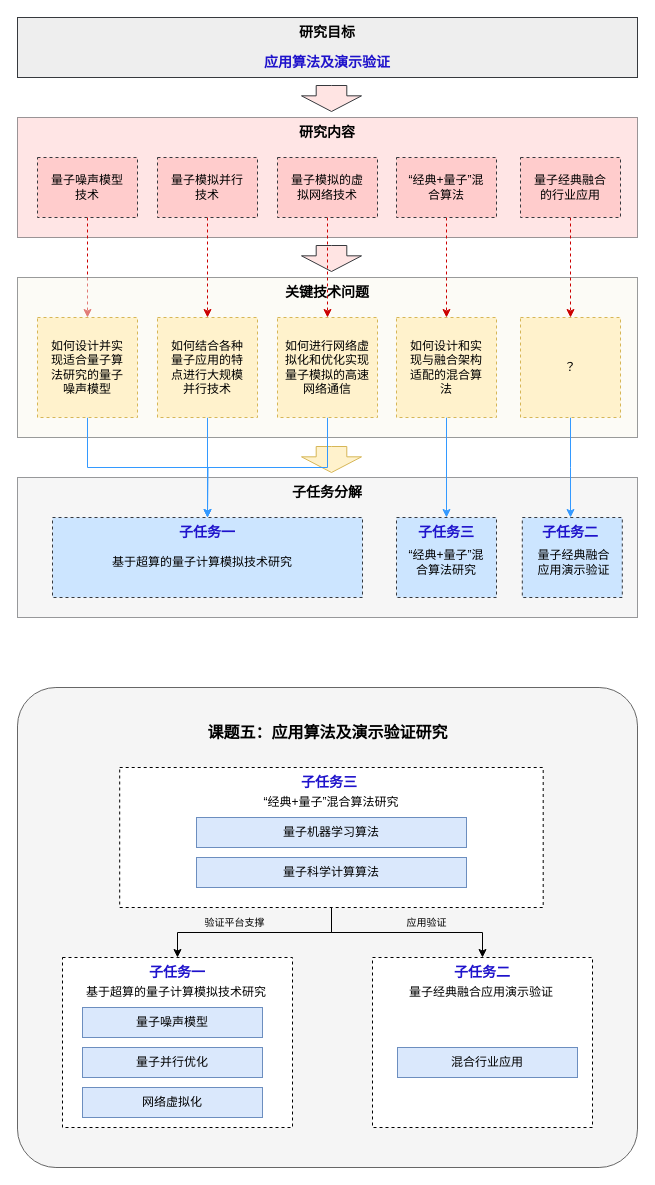
Earlier version of the draw.io diagram 应用算法和演示验证（复旦）.drawio (zhaohuiyang-yzh/quantum_simulation). Source tidied: cells renumbered, new cells numbered last; positions are measured from the earlier drawing's top-left corner, leaving out a move shared by most shapes. Both pictures are drawn from the tidied source at 100%, with x=0, y=0 at pixel (17, 17).
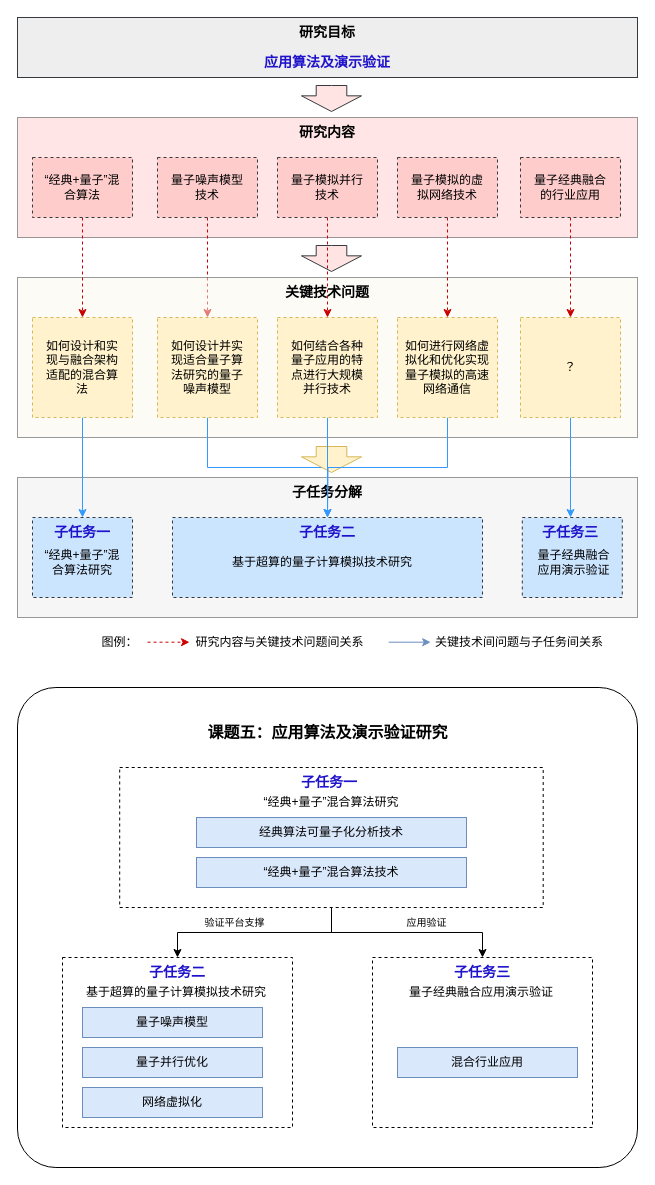
Above is the later version.

Commit message:
更新应用算法和演示验证（复旦）.drawio

Diff of the diagram source:
```diff
@@
     <mxCell id="8" style="rounded=0;whiteSpace=wrap;html=1;dashed=1;fillColor=#ffcccc;strokeColor=#36393d;" parent="1" vertex="1">
-      <mxGeometry x="20" y="140" width="100" height="60" as="geometry" />
+      <mxGeometry x="140" y="140" width="100" height="60" as="geometry" />
     </mxCell>
     <mxCell id="9" value="量子噪声模型技术" style="text;html=1;align=center;verticalAlign=middle;whiteSpace=wrap;rounded=0;" parent="1" vertex="1">
-      <mxGeometry x="30" y="155" width="80" height="30" as="geometry" />
+      <mxGeometry x="150" y="155" width="80" height="30" as="geometry" />
     </mxCell>
@@
     <mxCell id="14" style="rounded=0;whiteSpace=wrap;html=1;fillColor=#fff2cc;strokeColor=#d6b656;dashed=1;" parent="1" vertex="1">
-      <mxGeometry x="20" y="300" width="100" height="100" as="geometry" />
+      <mxGeometry x="140" y="300" width="100" height="100" as="geometry" />
     </mxCell>
@@
     <mxCell id="19" style="rounded=0;whiteSpace=wrap;html=1;fillColor=#cce5ff;strokeColor=#36393d;dashed=1;" parent="1" vertex="1">
-      <mxGeometry x="35" y="500" width="310" height="80" as="geometry" />
+      <mxGeometry x="155" y="500" width="310" height="80" as="geometry" />
     </mxCell>
@@
     <mxCell id="21" style="rounded=0;whiteSpace=wrap;html=1;fillColor=#cce5ff;strokeColor=#36393d;dashed=1;" parent="1" vertex="1">
-      <mxGeometry x="379" y="500" width="100" height="80" as="geometry" />
+      <mxGeometry x="15" y="500" width="100" height="80" as="geometry" />
     </mxCell>
-    <mxCell id="22" value="&lt;span style=&quot;font-size: 14px;&quot;&gt;&lt;b&gt;&lt;font color=&quot;#1e12cb&quot;&gt;子任务一&lt;/font&gt;&lt;/b&gt;&lt;/span&gt;" style="text;html=1;align=center;verticalAlign=middle;whiteSpace=wrap;rounded=0;" parent="1" vertex="1">
-      <mxGeometry x="125" y="500" width="130" height="30" as="geometry" />
+    <mxCell id="22" value="&lt;span style=&quot;font-size: 14px;&quot;&gt;&lt;b&gt;&lt;font color=&quot;#1e12cb&quot;&gt;子任务二&lt;/font&gt;&lt;/b&gt;&lt;/span&gt;" style="text;html=1;align=center;verticalAlign=middle;whiteSpace=wrap;rounded=0;" parent="1" vertex="1">
+      <mxGeometry x="245" y="500" width="130" height="30" as="geometry" />
     </mxCell>
-    <mxCell id="23" value="&lt;span style=&quot;font-size: 14px;&quot;&gt;&lt;b&gt;&lt;font color=&quot;#1e12cb&quot;&gt;子任务二&lt;/font&gt;&lt;/b&gt;&lt;/span&gt;" style="text;html=1;align=center;verticalAlign=middle;whiteSpace=wrap;rounded=0;" parent="1" vertex="1">
+    <mxCell id="23" value="&lt;span style=&quot;font-size: 14px;&quot;&gt;&lt;b&gt;&lt;font color=&quot;#1e12cb&quot;&gt;子任务三&lt;/font&gt;&lt;/b&gt;&lt;/span&gt;" style="text;html=1;align=center;verticalAlign=middle;whiteSpace=wrap;rounded=0;" parent="1" vertex="1">
       <mxGeometry x="491.2" y="500" width="123.5" height="30" as="geometry" />
     </mxCell>
-    <mxCell id="24" value="&lt;span style=&quot;font-size: 14px;&quot;&gt;&lt;b&gt;&lt;font color=&quot;#1e12cb&quot;&gt;子任务三&lt;/font&gt;&lt;/b&gt;&lt;/span&gt;" style="text;html=1;align=center;verticalAlign=middle;whiteSpace=wrap;rounded=0;" parent="1" vertex="1">
-      <mxGeometry x="364" y="500" width="130" height="30" as="geometry" />
+    <mxCell id="24" value="&lt;span style=&quot;font-size: 14px;&quot;&gt;&lt;b&gt;&lt;font color=&quot;#1e12cb&quot;&gt;子任务一&lt;/font&gt;&lt;/b&gt;&lt;/span&gt;" style="text;html=1;align=center;verticalAlign=middle;whiteSpace=wrap;rounded=0;" parent="1" vertex="1">
+      <mxGeometry y="500" width="130" height="30" as="geometry" />
     </mxCell>
-    <mxCell id="25" style="rounded=1;whiteSpace=wrap;html=1;arcSize=8;fillColor=#f5f5f5;fontColor=#333333;strokeColor=#666666;" parent="1" vertex="1">
+    <mxCell id="25" style="rounded=1;whiteSpace=wrap;html=1;arcSize=8;" parent="1" vertex="1">
       <mxGeometry y="670" width="620" height="480" as="geometry" />
     </mxCell>
@@
-    <mxCell id="32" value="&lt;span style=&quot;font-size: 14px;&quot;&gt;&lt;b&gt;&lt;font color=&quot;#1e12cb&quot;&gt;子任务三&lt;/font&gt;&lt;/b&gt;&lt;/span&gt;" style="text;html=1;align=center;verticalAlign=middle;whiteSpace=wrap;rounded=0;" parent="1" vertex="1">
+    <mxCell id="32" value="&lt;span style=&quot;font-size: 14px;&quot;&gt;&lt;b&gt;&lt;font color=&quot;#1e12cb&quot;&gt;子任务一&lt;/font&gt;&lt;/b&gt;&lt;/span&gt;" style="text;html=1;align=center;verticalAlign=middle;whiteSpace=wrap;rounded=0;" parent="1" vertex="1">
       <mxGeometry x="247.2" y="750" width="130" height="30" as="geometry" />
     </mxCell>
-    <mxCell id="33" value="&lt;span style=&quot;font-size: 14px;&quot;&gt;&lt;b&gt;&lt;font color=&quot;#1e12cb&quot;&gt;子任务二&lt;/font&gt;&lt;/b&gt;&lt;/span&gt;" style="text;html=1;align=center;verticalAlign=middle;whiteSpace=wrap;rounded=0;" parent="1" vertex="1">
+    <mxCell id="33" value="&lt;span style=&quot;font-size: 14px;&quot;&gt;&lt;b&gt;&lt;font color=&quot;#1e12cb&quot;&gt;子任务三&lt;/font&gt;&lt;/b&gt;&lt;/span&gt;" style="text;html=1;align=center;verticalAlign=middle;whiteSpace=wrap;rounded=0;" parent="1" vertex="1">
       <mxGeometry x="400" y="940" width="130" height="30" as="geometry" />
     </mxCell>
-    <mxCell id="34" value="&lt;span style=&quot;font-size: 14px;&quot;&gt;&lt;b&gt;&lt;font color=&quot;#1e12cb&quot;&gt;子任务一&lt;/font&gt;&lt;/b&gt;&lt;/span&gt;" style="text;html=1;align=center;verticalAlign=middle;whiteSpace=wrap;rounded=0;" parent="1" vertex="1">
+    <mxCell id="34" value="&lt;span style=&quot;font-size: 14px;&quot;&gt;&lt;b&gt;&lt;font color=&quot;#1e12cb&quot;&gt;子任务二&lt;/font&gt;&lt;/b&gt;&lt;/span&gt;" style="text;html=1;align=center;verticalAlign=middle;whiteSpace=wrap;rounded=0;" parent="1" vertex="1">
       <mxGeometry x="95" y="940" width="130" height="30" as="geometry" />
     </mxCell>
-    <mxCell id="35" value="量子机器学习算法" style="rounded=0;whiteSpace=wrap;html=1;fillColor=#dae8fc;strokeColor=#6c8ebf;" parent="1" vertex="1">
+    <mxCell id="35" value="经典算法可量子化分析技术" style="rounded=0;whiteSpace=wrap;html=1;fillColor=#dae8fc;strokeColor=#6c8ebf;" parent="1" vertex="1">
       <mxGeometry x="179" y="800" width="270" height="30" as="geometry" />
     </mxCell>
@@
     <mxCell id="42" value="如何设计并实现适合量子算法研究的量子噪声模型" style="text;html=1;align=center;verticalAlign=middle;whiteSpace=wrap;rounded=0;" parent="1" vertex="1">
-      <mxGeometry x="30" y="317.5" width="80" height="65" as="geometry" />
+      <mxGeometry x="150" y="317.5" width="80" height="65" as="geometry" />
     </mxCell>
@@
     <mxCell id="44" style="rounded=0;whiteSpace=wrap;html=1;dashed=1;fillColor=#ffcccc;strokeColor=#36393d;" parent="1" vertex="1">
-      <mxGeometry x="140" y="140" width="100" height="60" as="geometry" />
+      <mxGeometry x="260" y="140" width="100" height="60" as="geometry" />
     </mxCell>
     <mxCell id="45" value="量子模拟并行技术" style="text;html=1;align=center;verticalAlign=middle;whiteSpace=wrap;rounded=0;" parent="1" vertex="1">
-      <mxGeometry x="150" y="155" width="80" height="30" as="geometry" />
+      <mxGeometry x="270" y="155" width="80" height="30" as="geometry" />
     </mxCell>
@@
     <mxCell id="47" style="rounded=0;whiteSpace=wrap;html=1;fillColor=#fff2cc;strokeColor=#d6b656;dashed=1;" parent="1" vertex="1">
-      <mxGeometry x="140" y="300" width="100" height="100" as="geometry" />
+      <mxGeometry x="260" y="300" width="100" height="100" as="geometry" />
     </mxCell>
     <mxCell id="48" value="如何结合各种量子应用的特点进行大规模并行技术" style="text;html=1;align=center;verticalAlign=middle;whiteSpace=wrap;rounded=0;" parent="1" vertex="1">
-      <mxGeometry x="150" y="317.5" width="80" height="65" as="geometry" />
+      <mxGeometry x="270" y="317.5" width="80" height="65" as="geometry" />
     </mxCell>
@@
     <mxCell id="50" style="rounded=0;whiteSpace=wrap;html=1;dashed=1;fillColor=#ffcccc;strokeColor=#36393d;" parent="1" vertex="1">
-      <mxGeometry x="260" y="140" width="100" height="60" as="geometry" />
+      <mxGeometry x="380" y="140" width="100" height="60" as="geometry" />
     </mxCell>
     <mxCell id="51" value="量子模拟的虚拟网络技术" style="text;html=1;align=center;verticalAlign=middle;whiteSpace=wrap;rounded=0;" parent="1" vertex="1">
-      <mxGeometry x="270" y="155" width="80" height="30" as="geometry" />
+      <mxGeometry x="390" y="155" width="80" height="30" as="geometry" />
     </mxCell>
     <mxCell id="52" style="edgeStyle=orthogonalEdgeStyle;rounded=0;jettySize=auto;html=1;exitX=0.5;exitY=1;exitDx=0;exitDy=0;strokeColor=#3399FF;" parent="1" edge="1" source="53">
       <mxGeometry relative="1" as="geometry">
-        <mxPoint x="190" y="500" as="targetPoint" />
+        <mxPoint x="310" y="500" as="targetPoint" />
       </mxGeometry>
     </mxCell>
     <mxCell id="53" style="rounded=0;whiteSpace=wrap;html=1;fillColor=#fff2cc;strokeColor=#d6b656;dashed=1;" parent="1" vertex="1">
-      <mxGeometry x="260" y="300" width="100" height="100" as="geometry" />
+      <mxGeometry x="380" y="300" width="100" height="100" as="geometry" />
     </mxCell>
     <mxCell id="54" value="如何进行网络虚拟化和优化实现量子模拟的高速网络通信" style="text;html=1;align=center;verticalAlign=middle;whiteSpace=wrap;rounded=0;" parent="1" vertex="1">
-      <mxGeometry x="265" y="317.5" width="90" height="65" as="geometry" />
+      <mxGeometry x="385" y="317.5" width="90" height="65" as="geometry" />
     </mxCell>
@@
     <mxCell id="56" style="rounded=0;whiteSpace=wrap;html=1;dashed=1;fillColor=#ffcccc;strokeColor=#36393d;" parent="1" vertex="1">
-      <mxGeometry x="379" y="140" width="100" height="60" as="geometry" />
+      <mxGeometry x="15" y="140" width="100" height="60" as="geometry" />
     </mxCell>
     <mxCell id="57" value="“经典+量子”混合算法" style="text;html=1;align=center;verticalAlign=middle;whiteSpace=wrap;rounded=0;" parent="1" vertex="1">
-      <mxGeometry x="389" y="155" width="80" height="30" as="geometry" />
+      <mxGeometry x="25" y="155" width="80" height="30" as="geometry" />
     </mxCell>
@@
     <mxCell id="59" style="rounded=0;whiteSpace=wrap;html=1;fillColor=#fff2cc;strokeColor=#d6b656;dashed=1;" parent="1" vertex="1">
-      <mxGeometry x="379" y="300" width="100" height="100" as="geometry" />
+      <mxGeometry x="15" y="300" width="100" height="100" as="geometry" />
     </mxCell>
     <mxCell id="60" value="如何设计和实现与融合架构适配的混合算法" style="text;html=1;align=center;verticalAlign=middle;whiteSpace=wrap;rounded=0;" parent="1" vertex="1">
-      <mxGeometry x="389" y="317.5" width="80" height="65" as="geometry" />
+      <mxGeometry x="25" y="317.5" width="80" height="65" as="geometry" />
     </mxCell>
@@
     <mxCell id="67" value="基于超算的量子计算模拟技术研究" style="text;html=1;align=center;verticalAlign=middle;whiteSpace=wrap;rounded=0;" parent="1" vertex="1">
-      <mxGeometry x="90" y="530" width="190" height="30" as="geometry" />
+      <mxGeometry x="210" y="530" width="190" height="30" as="geometry" />
     </mxCell>
@@
     <mxCell id="69" value="“经典+量子”混合算法研究" style="text;html=1;align=center;verticalAlign=middle;whiteSpace=wrap;rounded=0;" parent="1" vertex="1">
-      <mxGeometry x="389" y="530" width="80" height="30" as="geometry" />
+      <mxGeometry x="25" y="530" width="80" height="30" as="geometry" />
     </mxCell>
-    <mxCell id="70" value="量子科学计算算法" style="rounded=0;whiteSpace=wrap;html=1;fillColor=#dae8fc;strokeColor=#6c8ebf;" parent="1" vertex="1">
+    <mxCell id="70" value="“经典+量子”混合算法技术" style="rounded=0;whiteSpace=wrap;html=1;fillColor=#dae8fc;strokeColor=#6c8ebf;" parent="1" vertex="1">
       <mxGeometry x="179" y="840" width="270" height="30" as="geometry" />
     </mxCell>
@@
+    <mxCell id="74" style="endArrow=classic;html=1;rounded=0;fillColor=#dae8fc;strokeColor=#6c8ebf;" parent="1" edge="1">
+      <mxGeometry relative="1" as="geometry">
+        <mxPoint x="371.2" y="624.7" as="sourcePoint" />
+        <mxPoint x="413.2" y="624.7" as="targetPoint" />
+      </mxGeometry>
+    </mxCell>
+    <mxCell id="75" style="endArrow=classic;html=1;rounded=0;fillColor=#dae8fc;strokeColor=#CC0000;dashed=1;" parent="1" edge="1">
+      <mxGeometry relative="1" as="geometry">
+        <mxPoint x="130" y="624.7" as="sourcePoint" />
+        <mxPoint x="172" y="624.7" as="targetPoint" />
+      </mxGeometry>
+    </mxCell>
+    <mxCell id="76" value="图例：" style="text;html=1;align=center;verticalAlign=middle;whiteSpace=wrap;rounded=0;" parent="1" vertex="1">
+      <mxGeometry x="75" y="610" width="55" height="30" as="geometry" />
+    </mxCell>
+    <mxCell id="77" value="研究内容与关键技术问题间关系" style="text;html=1;align=center;verticalAlign=middle;whiteSpace=wrap;rounded=0;" parent="1" vertex="1">
+      <mxGeometry x="175" y="610" width="175" height="30" as="geometry" />
+    </mxCell>
+    <mxCell id="78" value="关键技术间问题与子任务间关系" style="text;html=1;align=center;verticalAlign=middle;whiteSpace=wrap;rounded=0;" parent="1" vertex="1">
+      <mxGeometry x="414" y="610" width="176" height="30" as="geometry" />
+    </mxCell>
```
